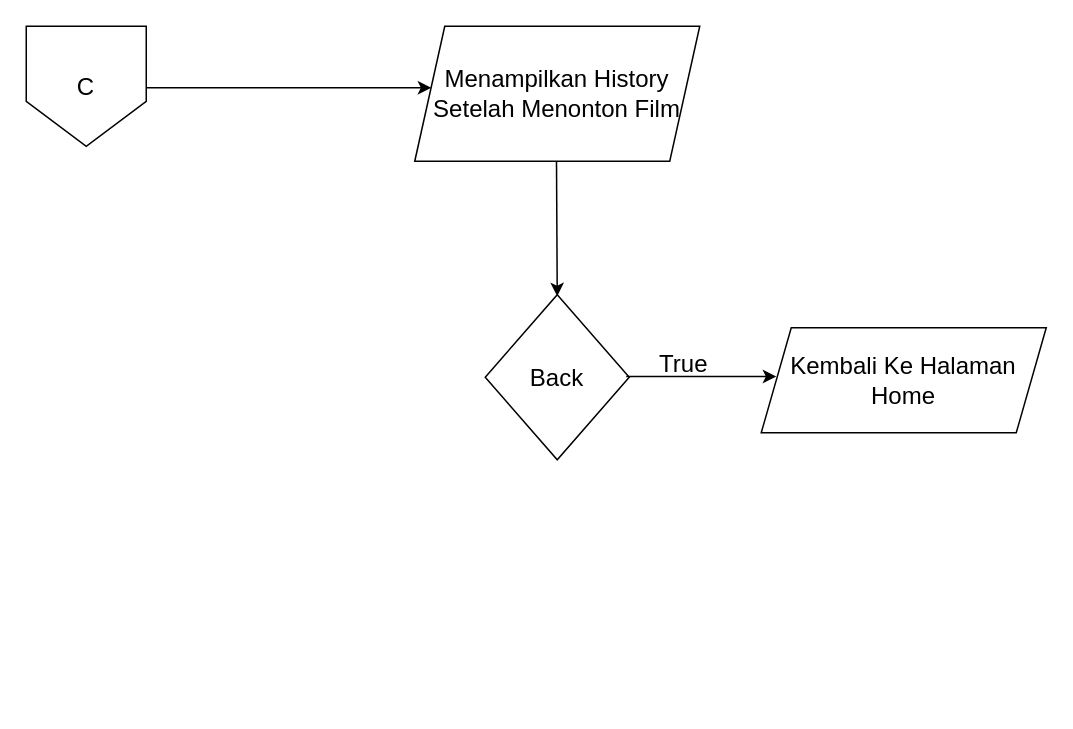
Earlier version of the draw.io diagram page "Halaman-4" (4 of 6) of src/assets/Flowchart React/Uas_React Fadllan_Rizky.drawio (FadllanRizky/uas_fadllan). Source tidied: cells renumbered, new cells numbered last; positions are measured from the earlier drawing's top-left corner, leaving out a move shared by most shapes. Both pictures are drawn from the tidied source at 150%, with x=0, y=0 at pixel (26, 26).
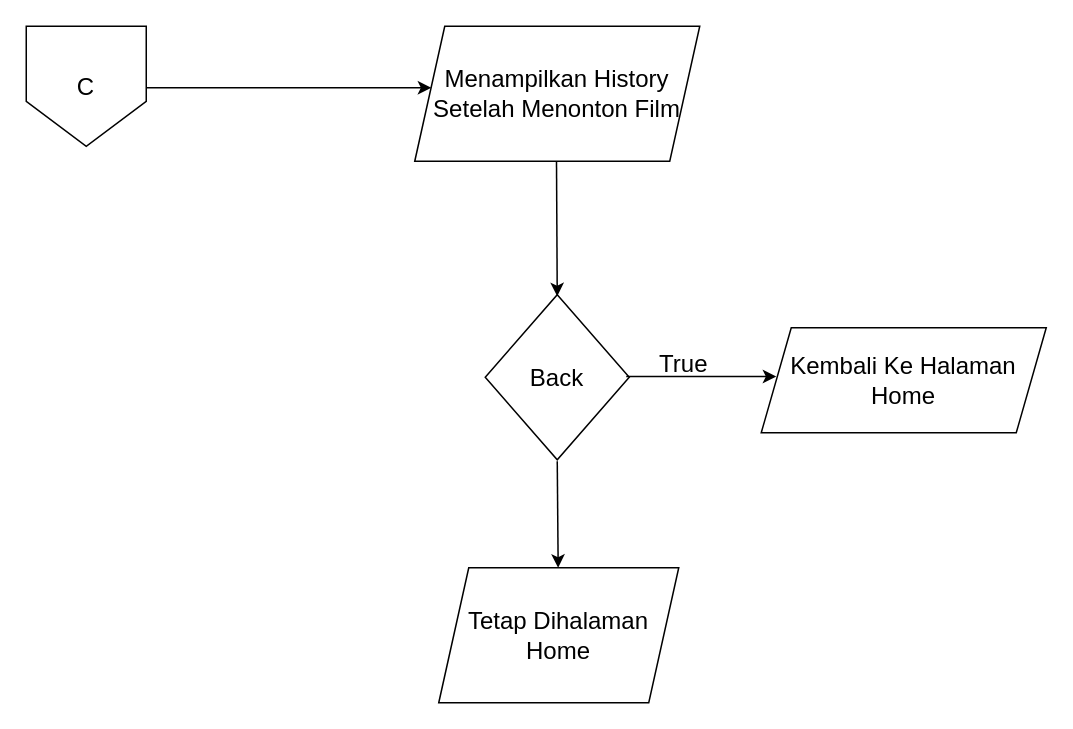
The same page after the edit.

Change to the diagram source:
```diff
@@
 <mxGraphModel>
   <root>
     <mxCell id="0" />
     <mxCell id="1" parent="0" />
     <mxCell id="2" style="endArrow=classic;html=1;rounded=0;fontSize=16;" parent="1" edge="1">
       <mxGeometry relative="1" as="geometry">
         <mxPoint x="70" y="41" as="sourcePoint" />
         <mxPoint x="270" y="41" as="targetPoint" />
       </mxGeometry>
     </mxCell>
     <mxCell id="3" value="Menampilkan History&lt;br&gt;Setelah Menonton Film&lt;br&gt;" style="shape=parallelogram;perimeter=parallelogramPerimeter;whiteSpace=wrap;html=1;fixedSize=1;fontSize=16;" parent="1" vertex="1">
       <mxGeometry x="259" width="190" height="90" as="geometry" />
     </mxCell>
     <mxCell id="4" style="endArrow=classic;html=1;rounded=0;fontSize=16;" parent="1" edge="1">
       <mxGeometry relative="1" as="geometry">
         <mxPoint x="353.5" y="90" as="sourcePoint" />
         <mxPoint x="354" y="180" as="targetPoint" />
       </mxGeometry>
     </mxCell>
     <mxCell id="5" value="Back" style="rhombus;whiteSpace=wrap;html=1;fontSize=16;" parent="1" vertex="1">
       <mxGeometry x="306" y="179" width="96" height="110" as="geometry" />
     </mxCell>
     <mxCell id="6" style="endArrow=classic;html=1;rounded=0;fontSize=16;" parent="1" edge="1">
       <mxGeometry relative="1" as="geometry">
         <mxPoint x="400" y="233.5" as="sourcePoint" />
         <mxPoint x="500" y="233.5" as="targetPoint" />
       </mxGeometry>
     </mxCell>
     <mxCell id="7" value="Kembali Ke Halaman&lt;br&gt;Home" style="shape=parallelogram;perimeter=parallelogramPerimeter;whiteSpace=wrap;html=1;fixedSize=1;fontSize=16;" parent="1" vertex="1">
       <mxGeometry x="490" y="201" width="190" height="70" as="geometry" />
     </mxCell>
     <mxCell id="8" value="True" style="text;html=1;align=center;verticalAlign=middle;strokeColor=none;fillColor=none;fontSize=16;" parent="1" vertex="1">
       <mxGeometry x="408" y="210" width="60" height="30" as="geometry" />
     </mxCell>
     <mxCell id="9" value="C" style="shape=offPageConnector;whiteSpace=wrap;html=1;fontSize=16;" parent="1" vertex="1">
       <mxGeometry width="80" height="80" as="geometry" />
     </mxCell>
+    <mxCell id="10" style="endArrow=classic;html=1;" parent="1" edge="1" target="11">
+      <mxGeometry relative="1" as="geometry">
+        <mxPoint x="354" y="290" as="sourcePoint" />
+      </mxGeometry>
+    </mxCell>
+    <mxCell id="11" value="&lt;font style=&quot;font-size: 16px;&quot;&gt;Tetap Dihalaman&lt;/font&gt;&lt;div&gt;&lt;font style=&quot;font-size: 16px;&quot;&gt;Home&lt;/font&gt;&lt;/div&gt;" style="shape=parallelogram;perimeter=parallelogramPerimeter;whiteSpace=wrap;html=1;fixedSize=1;" parent="1" vertex="1">
+      <mxGeometry x="275" y="361" width="160" height="90" as="geometry" />
+    </mxCell>
   </root>
 </mxGraphModel>
```
